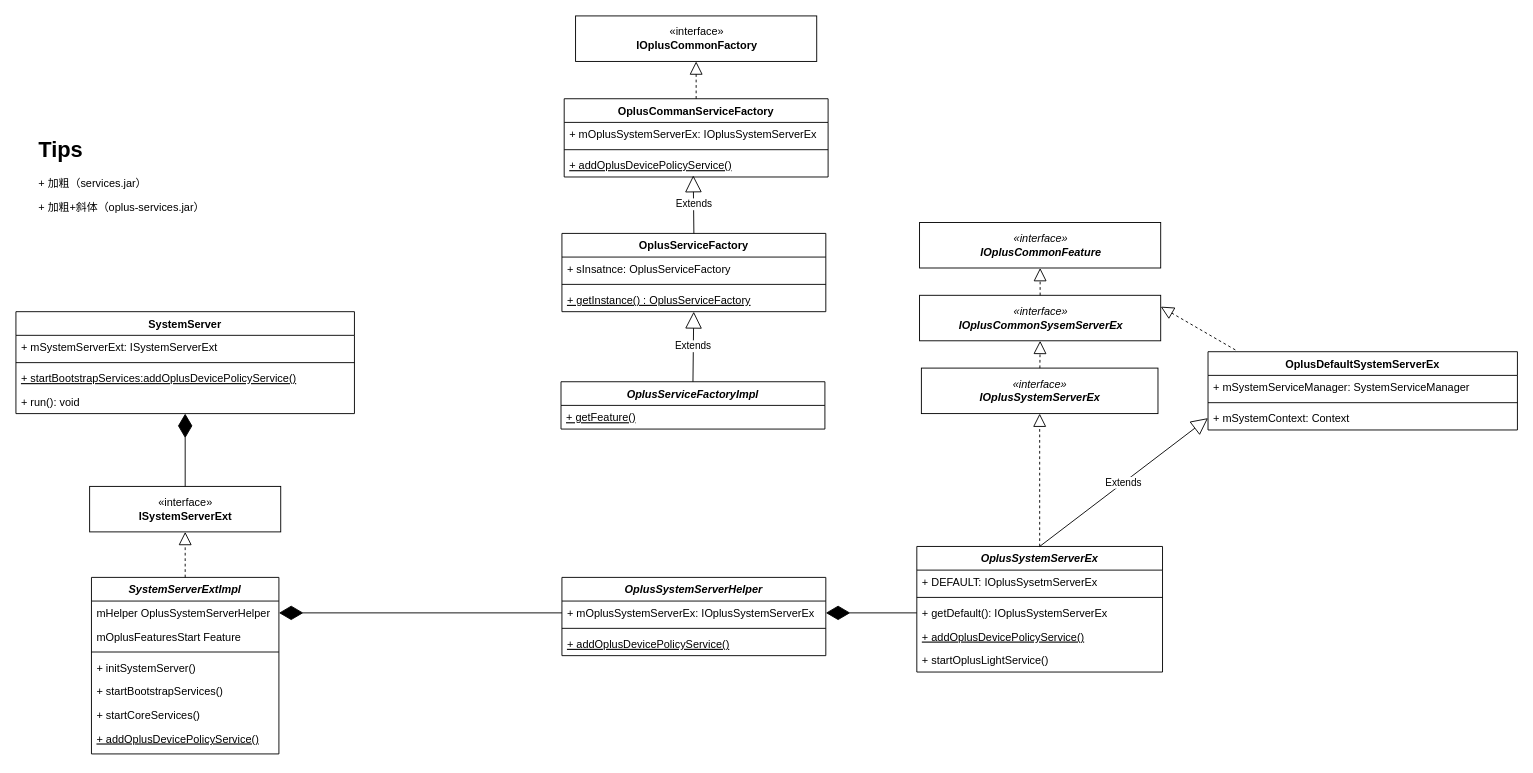
Before: oplus-exsystemserver-analyz-20221102.drawio in quexiaolong/OV-ExFramework, a draw.io diagram. Source tidied: cells renumbered, new cells numbered last; positions are measured from the earlier drawing's top-left corner, leaving out a move shared by most shapes. Both pictures are drawn from the tidied source at 91%, with x=0, y=0 at pixel (15, 15).
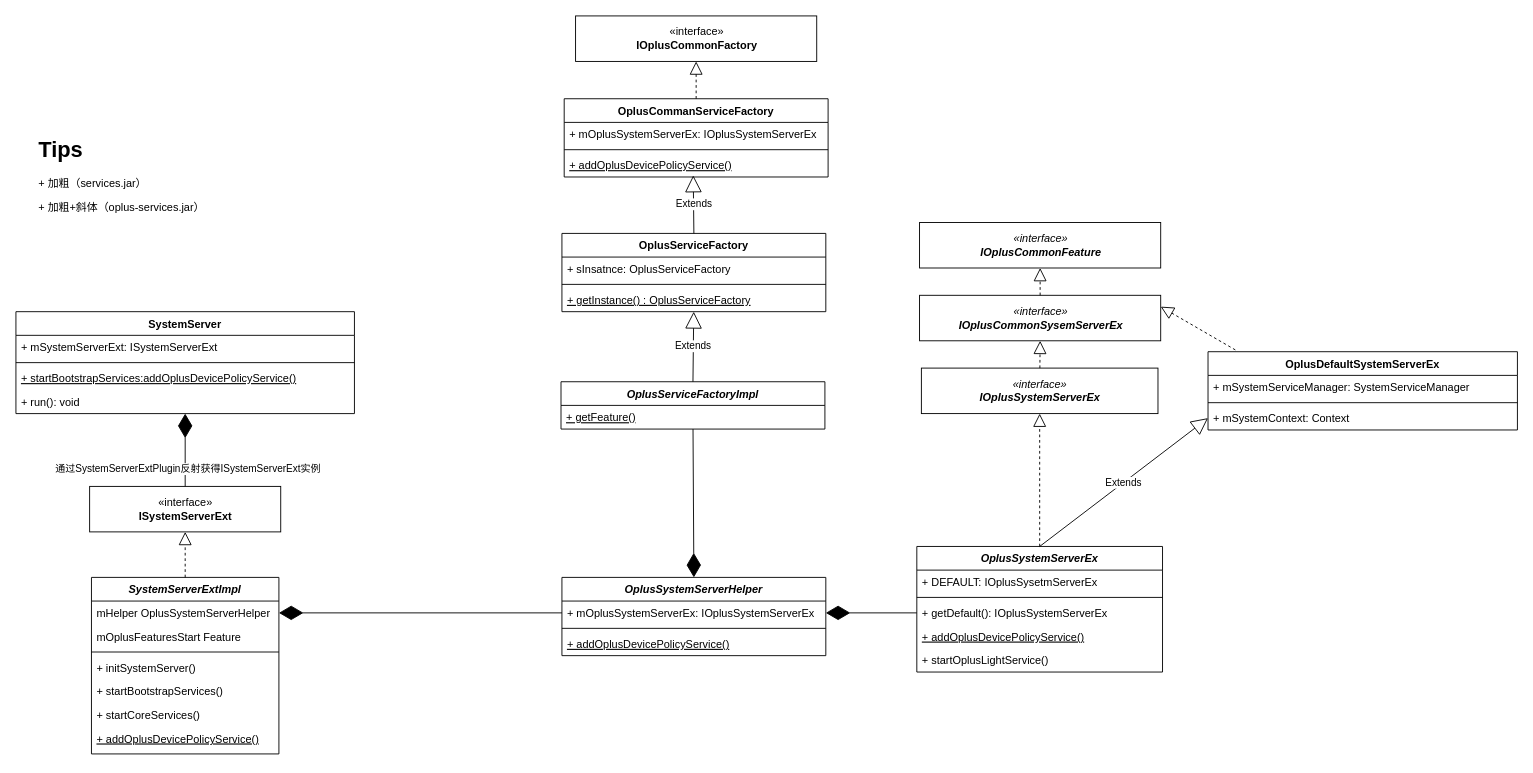
After the change.

Unchanged cells that the change refers to:
```xml
<mxCell id="16" style="endArrow=diamondThin;endFill=1;endSize=24;html=1;rounded=0;exitX=0.5;exitY=0;exitDx=0;exitDy=0;" parent="1" edge="1" source="10" target="15">
  <mxGeometry relative="1" as="geometry" />
</mxCell>
<mxCell id="17" value="OplusSystemServerHelper" style="swimlane;fontStyle=3;align=center;verticalAlign=top;horizontal=1;startSize=26;" parent="1" vertex="1">
  <mxGeometry x="600" y="617" width="290" height="86" as="geometry" />
</mxCell>
<mxCell id="55" value="+ getFeature()" style="text;strokeColor=none;fillColor=none;align=left;verticalAlign=top;spacingLeft=4;spacingRight=4;overflow=hidden;points=[[0,0.5],[1,0.5]];portConstraint=eastwest;fontStyle=4;" parent="54" vertex="1">
  <mxGeometry y="26" width="290" height="26" as="geometry" />
</mxCell>
```

Change to the diagram source:
```diff
@@
+    <mxCell id="57" value="通过SystemServerExtPlugin反射获得ISystemServerExt实例" style="edgeLabel;html=1;align=center;verticalAlign=middle;" parent="16" vertex="1">
+      <mxGeometry x="-0.48" y="-2" relative="1" as="geometry">
+        <mxPoint y="1" as="offset" />
+      </mxGeometry>
+    </mxCell>
@@
+    <mxCell id="58" style="endArrow=diamondThin;endFill=1;endSize=24;html=1;rounded=0;entryX=0.5;entryY=0;entryDx=0;entryDy=0;" parent="1" edge="1" source="55" target="17">
+      <mxGeometry relative="1" as="geometry" />
+    </mxCell>
```
